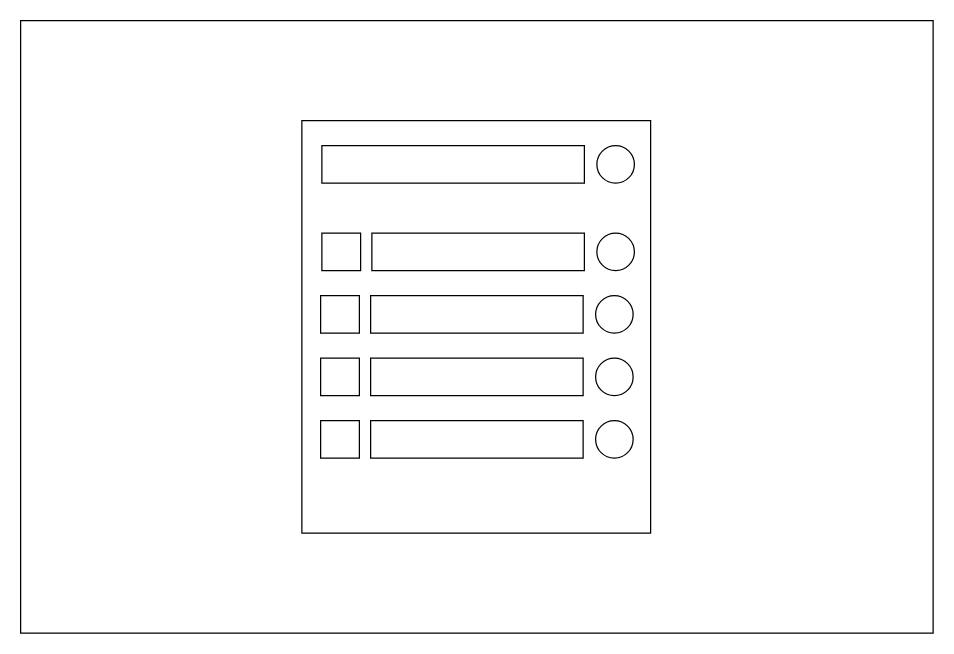
This is todo.drawio from Omowunmikamil/To-do, a draw.io file, before an edit. Source tidied: cells renumbered, new cells numbered last; positions are measured from the earlier drawing's top-left corner, leaving out a move shared by most shapes. Both pictures are drawn from the tidied source at 125%, with x=0, y=0 at pixel (20, 20).
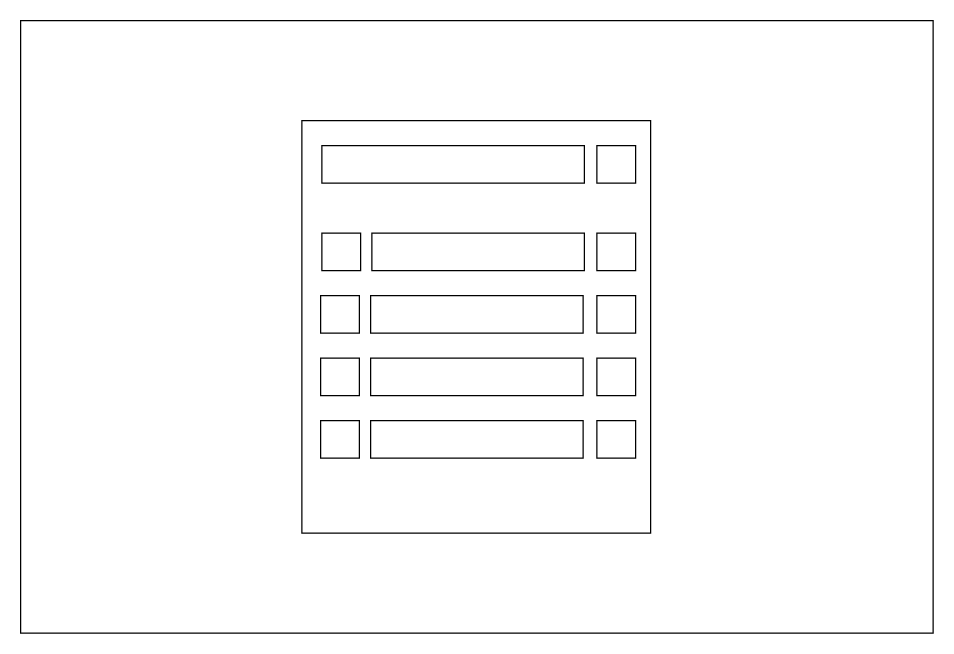
After the change.

The edit, as a diff of the source:
```diff
@@
 <mxGraphModel>
   <root>
     <mxCell id="0" />
     <mxCell id="1" parent="0" />
     <mxCell id="2" style="rounded=0;whiteSpace=wrap;html=1;" parent="1" vertex="1">
       <mxGeometry width="730" height="490" as="geometry" />
     </mxCell>
     <mxCell id="3" style="rounded=0;whiteSpace=wrap;html=1;" parent="1" vertex="1">
       <mxGeometry x="225" y="80" width="279" height="330" as="geometry" />
     </mxCell>
     <mxCell id="4" style="rounded=0;whiteSpace=wrap;html=1;" parent="1" vertex="1">
       <mxGeometry x="241" y="100" width="210" height="30" as="geometry" />
     </mxCell>
-    <mxCell id="5" style="ellipse;whiteSpace=wrap;html=1;" parent="1" vertex="1">
-      <mxGeometry x="461" y="100" width="30" height="30" as="geometry" />
-    </mxCell>
     <mxCell id="6" style="rounded=0;whiteSpace=wrap;html=1;" parent="1" vertex="1">
       <mxGeometry x="281" y="170" width="170" height="30" as="geometry" />
     </mxCell>
     <mxCell id="7" style="rounded=0;whiteSpace=wrap;html=1;" parent="1" vertex="1">
       <mxGeometry x="241" y="170" width="31" height="30" as="geometry" />
     </mxCell>
-    <mxCell id="8" style="ellipse;whiteSpace=wrap;html=1;" parent="1" vertex="1">
-      <mxGeometry x="461" y="170" width="30" height="30" as="geometry" />
-    </mxCell>
     <mxCell id="9" style="rounded=0;whiteSpace=wrap;html=1;" parent="1" vertex="1">
       <mxGeometry x="240" y="220" width="31" height="30" as="geometry" />
     </mxCell>
     <mxCell id="10" style="rounded=0;whiteSpace=wrap;html=1;" parent="1" vertex="1">
       <mxGeometry x="280" y="220" width="170" height="30" as="geometry" />
     </mxCell>
-    <mxCell id="11" style="ellipse;whiteSpace=wrap;html=1;" parent="1" vertex="1">
-      <mxGeometry x="460" y="220" width="30" height="30" as="geometry" />
-    </mxCell>
     <mxCell id="12" style="rounded=0;whiteSpace=wrap;html=1;" parent="1" vertex="1">
       <mxGeometry x="240" y="270" width="31" height="30" as="geometry" />
     </mxCell>
     <mxCell id="13" style="rounded=0;whiteSpace=wrap;html=1;" parent="1" vertex="1">
       <mxGeometry x="280" y="270" width="170" height="30" as="geometry" />
     </mxCell>
-    <mxCell id="14" style="ellipse;whiteSpace=wrap;html=1;" parent="1" vertex="1">
-      <mxGeometry x="460" y="270" width="30" height="30" as="geometry" />
-    </mxCell>
     <mxCell id="15" style="rounded=0;whiteSpace=wrap;html=1;" parent="1" vertex="1">
       <mxGeometry x="240" y="320" width="31" height="30" as="geometry" />
     </mxCell>
     <mxCell id="16" style="rounded=0;whiteSpace=wrap;html=1;" parent="1" vertex="1">
       <mxGeometry x="280" y="320" width="170" height="30" as="geometry" />
     </mxCell>
-    <mxCell id="17" style="ellipse;whiteSpace=wrap;html=1;" parent="1" vertex="1">
-      <mxGeometry x="460" y="320" width="30" height="30" as="geometry" />
-    </mxCell>
+    <mxCell id="18" style="rounded=0;whiteSpace=wrap;html=1;" parent="1" vertex="1">
+      <mxGeometry x="461" y="100" width="31" height="30" as="geometry" />
+    </mxCell>
+    <mxCell id="19" style="rounded=0;whiteSpace=wrap;html=1;" parent="1" vertex="1">
+      <mxGeometry x="461" y="170" width="31" height="30" as="geometry" />
+    </mxCell>
+    <mxCell id="20" style="rounded=0;whiteSpace=wrap;html=1;" parent="1" vertex="1">
+      <mxGeometry x="461" y="220" width="31" height="30" as="geometry" />
+    </mxCell>
+    <mxCell id="21" style="rounded=0;whiteSpace=wrap;html=1;" parent="1" vertex="1">
+      <mxGeometry x="461" y="270" width="31" height="30" as="geometry" />
+    </mxCell>
+    <mxCell id="22" style="rounded=0;whiteSpace=wrap;html=1;" parent="1" vertex="1">
+      <mxGeometry x="461" y="320" width="31" height="30" as="geometry" />
+    </mxCell>
   </root>
 </mxGraphModel>
```
